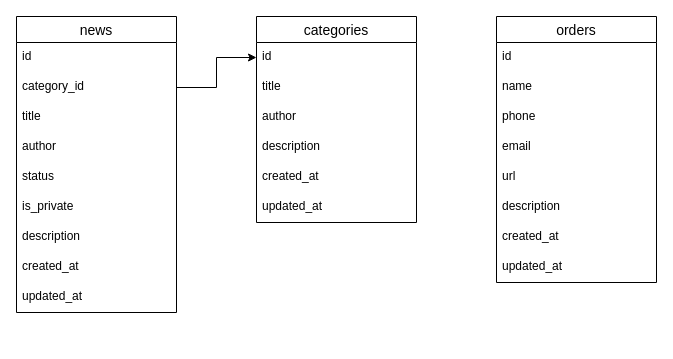
alexinbox80/LaravelNews keeps this draw.io diagram as public/diagrams.drawio. Above is the earlier version. Source tidied: cells renumbered, new cells numbered last; positions are measured from the earlier drawing's top-left corner, leaving out a move shared by most shapes. Both pictures are drawn from the tidied source at 100%, with x=0, y=0 at pixel (16, 16).
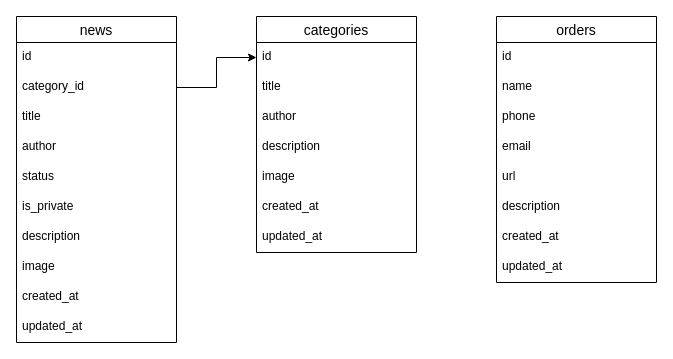
The same diagram, later.

What changed in the source:
```diff
@@
     <mxCell id="2" value="categories" style="swimlane;fontStyle=0;horizontal=1;startSize=26;align=center;fontSize=14;fillColor=none;" parent="1" vertex="1">
-      <mxGeometry x="240" width="160" height="206" as="geometry" />
+      <mxGeometry x="240" width="160" height="236" as="geometry" />
     </mxCell>
@@
+    <mxCell id="29" value="image" style="text;strokeColor=none;fillColor=none;spacingLeft=4;spacingRight=4;overflow=hidden;fontSize=12;" parent="2" vertex="1">
+      <mxGeometry y="146" width="160" height="30" as="geometry" />
+    </mxCell>
     <mxCell id="7" value="created_at" style="text;strokeColor=none;fillColor=none;spacingLeft=4;spacingRight=4;overflow=hidden;fontSize=12;" parent="2" vertex="1">
-      <mxGeometry y="146" width="160" height="30" as="geometry" />
+      <mxGeometry y="176" width="160" height="30" as="geometry" />
     </mxCell>
     <mxCell id="8" value="updated_at" style="text;strokeColor=none;fillColor=none;spacingLeft=4;spacingRight=4;overflow=hidden;fontSize=12;" parent="2" vertex="1">
-      <mxGeometry y="176" width="160" height="30" as="geometry" />
+      <mxGeometry y="206" width="160" height="30" as="geometry" />
     </mxCell>
@@
     <mxCell id="18" value="news" style="swimlane;fontStyle=0;horizontal=1;startSize=26;align=center;fontSize=14;fillColor=none;" parent="1" vertex="1">
-      <mxGeometry width="160" height="296" as="geometry" />
+      <mxGeometry width="160" height="326" as="geometry" />
     </mxCell>
@@
+    <mxCell id="30" value="image" style="text;strokeColor=none;fillColor=none;spacingLeft=4;spacingRight=4;overflow=hidden;fontSize=12;" parent="18" vertex="1">
+      <mxGeometry y="236" width="160" height="30" as="geometry" />
+    </mxCell>
     <mxCell id="26" value="created_at" style="text;strokeColor=none;fillColor=none;spacingLeft=4;spacingRight=4;overflow=hidden;fontSize=12;" parent="18" vertex="1">
-      <mxGeometry y="236" width="160" height="30" as="geometry" />
+      <mxGeometry y="266" width="160" height="30" as="geometry" />
     </mxCell>
     <mxCell id="27" value="updated_at" style="text;strokeColor=none;fillColor=none;spacingLeft=4;spacingRight=4;overflow=hidden;fontSize=12;" parent="18" vertex="1">
-      <mxGeometry y="266" width="160" height="30" as="geometry" />
+      <mxGeometry y="296" width="160" height="30" as="geometry" />
     </mxCell>
```
